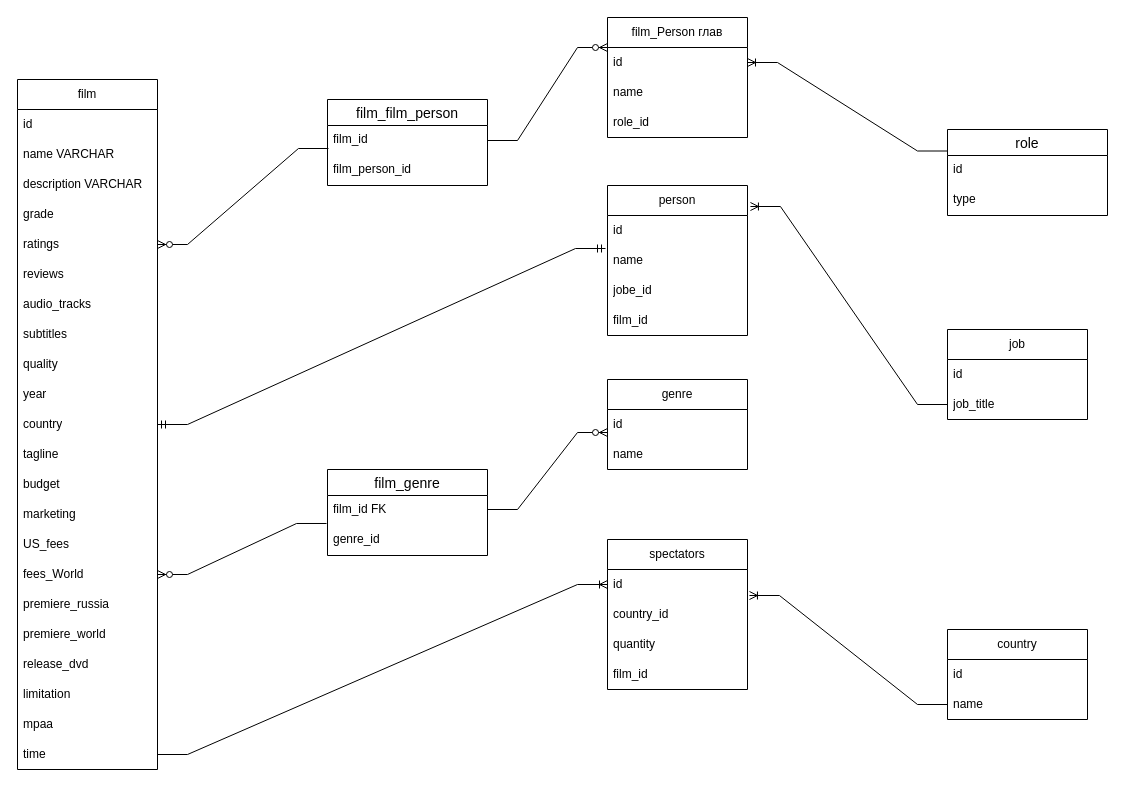
RuslanMaratovich/kinopoiskSQL keeps this draw.io diagram as diagrams/muvies.drawio. Above is the earlier version. Source tidied: cells renumbered, new cells numbered last; positions are measured from the earlier drawing's top-left corner, leaving out a move shared by most shapes. Both pictures are drawn from the tidied source at 100%, with x=0, y=0 at pixel (17, 17).
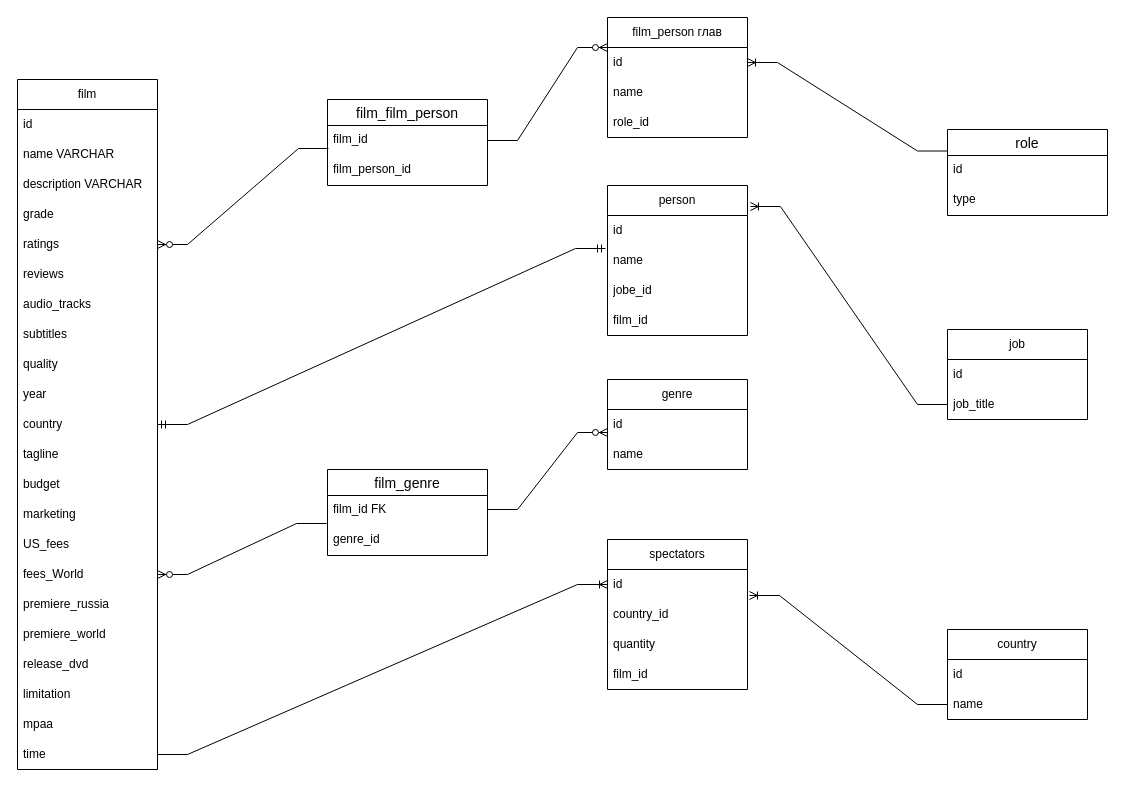
The same page after the edit.

The edit, as a diff of the source:
```diff
@@
-    <mxCell id="28" value="film_Person глав" style="swimlane;fontStyle=0;horizontal=1;startSize=30;whiteSpace=wrap;html=1;" parent="1" vertex="1">
+    <mxCell id="28" value="film_person глав" style="swimlane;fontStyle=0;horizontal=1;startSize=30;whiteSpace=wrap;html=1;" parent="1" vertex="1">
       <mxGeometry x="590" width="140" height="120" as="geometry" />
     </mxCell>
```
